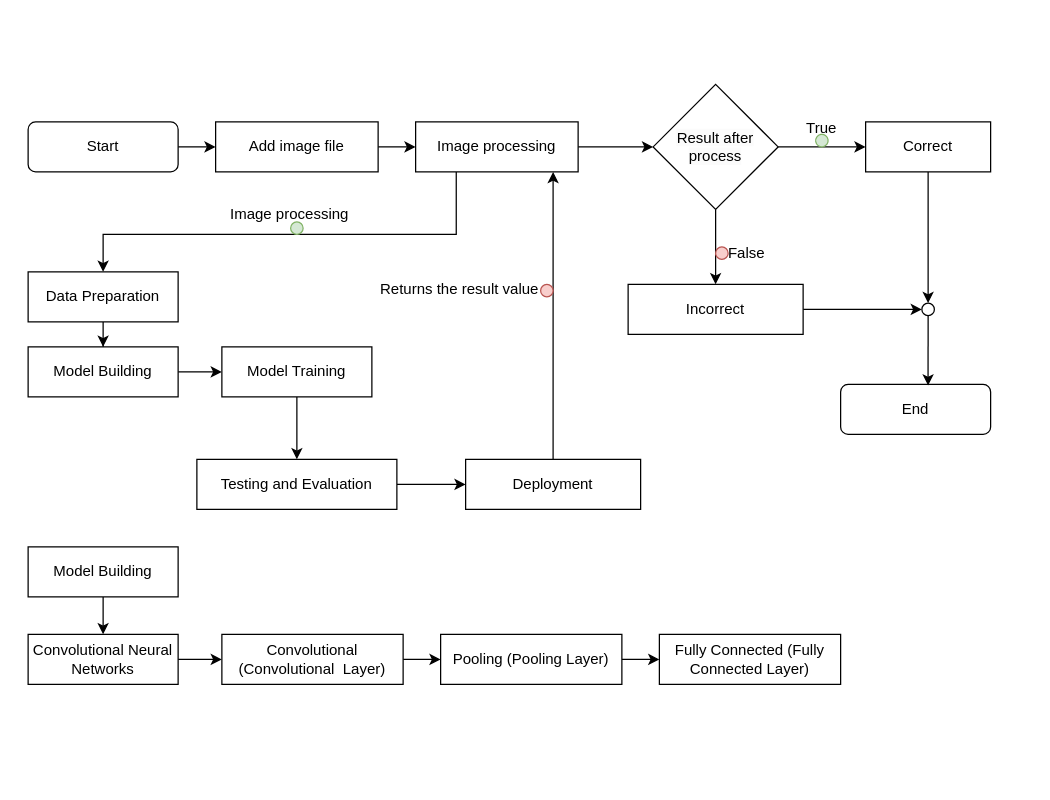
Earlier version of the draw.io diagram NSC_Model.drawio (Nuttph/KUSRC.NSC-2024). Source tidied: cells renumbered, new cells numbered last; positions are measured from the earlier drawing's top-left corner, leaving out a move shared by most shapes. Both pictures are drawn from the tidied source at 125%, with x=0, y=0 at pixel (28, 84).
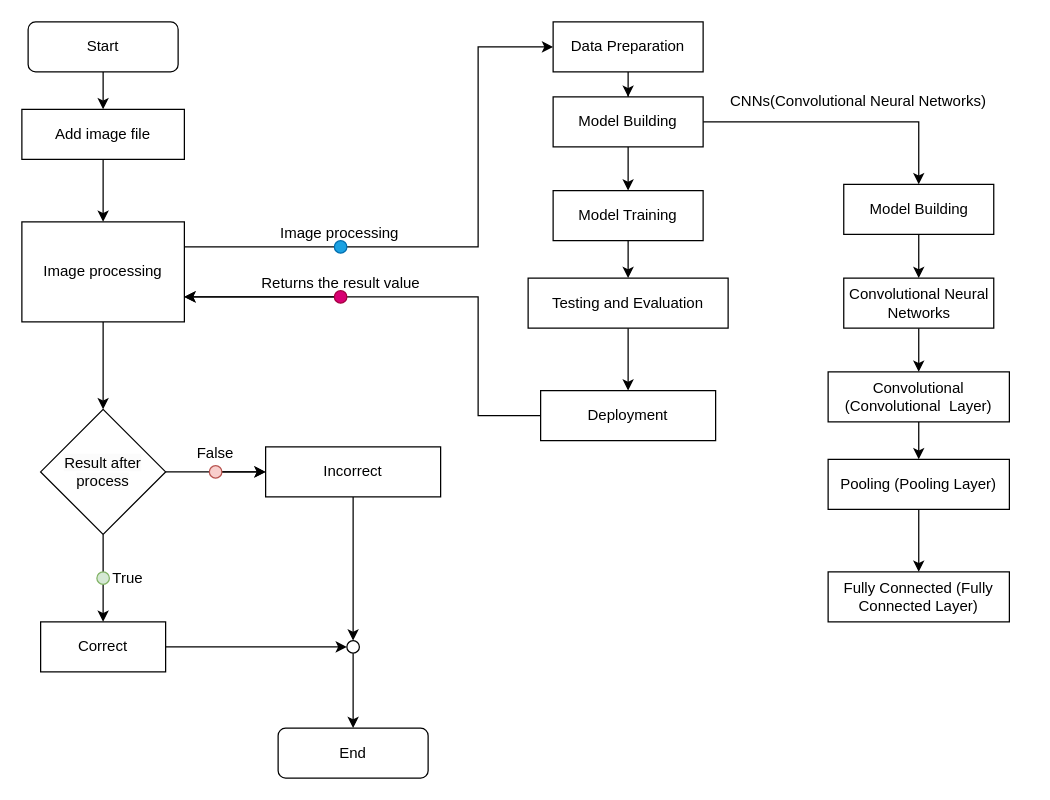
After the change.

Diff of the diagram source:
```diff
@@
     <mxCell id="3" value="Start" style="rounded=1;whiteSpace=wrap;html=1;fontSize=12;glass=0;strokeWidth=1;shadow=0;" parent="1" vertex="1">
-      <mxGeometry y="30" width="120" height="40" as="geometry" />
+      <mxGeometry y="-50" width="120" height="40" as="geometry" />
     </mxCell>
-    <mxCell id="4" style="edgeStyle=orthogonalEdgeStyle;rounded=0;jettySize=auto;html=1;entryX=0;entryY=0.5;entryDx=0;entryDy=0;" parent="1" edge="1" source="5" target="8">
+    <mxCell id="4" style="edgeStyle=orthogonalEdgeStyle;rounded=0;jettySize=auto;html=1;entryX=0.5;entryY=0;entryDx=0;entryDy=0;" parent="1" edge="1" source="5" target="8">
       <mxGeometry relative="1" as="geometry" />
     </mxCell>
     <mxCell id="5" value="Add image file" style="rounded=0;whiteSpace=wrap;html=1;" parent="1" vertex="1">
-      <mxGeometry x="150" y="30" width="130" height="40" as="geometry" />
+      <mxGeometry x="-5" y="20" width="130" height="40" as="geometry" />
     </mxCell>
-    <mxCell id="6" style="edgeStyle=orthogonalEdgeStyle;rounded=0;jettySize=auto;html=1;entryX=0;entryY=0.5;entryDx=0;entryDy=0;" parent="1" edge="1" source="8" target="17">
+    <mxCell id="6" style="edgeStyle=orthogonalEdgeStyle;rounded=0;jettySize=auto;html=1;entryX=0.5;entryY=0;entryDx=0;entryDy=0;" parent="1" edge="1" source="8" target="17">
       <mxGeometry relative="1" as="geometry" />
     </mxCell>
-    <mxCell id="7" style="edgeStyle=orthogonalEdgeStyle;rounded=0;jettySize=auto;html=1;entryX=0.5;entryY=0;entryDx=0;entryDy=0;exitX=0.25;exitY=1;exitDx=0;exitDy=0;" parent="1" edge="1" source="8" target="19">
+    <mxCell id="7" style="edgeStyle=orthogonalEdgeStyle;rounded=0;jettySize=auto;html=1;entryX=0;entryY=0.5;entryDx=0;entryDy=0;" parent="1" edge="1" source="8" target="19">
       <mxGeometry relative="1" as="geometry">
         <Array as="points">
-          <mxPoint x="342" y="120" />
-          <mxPoint x="60" y="120" />
+          <mxPoint x="360" y="130" />
+          <mxPoint x="360" y="-30" />
         </Array>
       </mxGeometry>
     </mxCell>
     <mxCell id="8" value="Image processing" style="rounded=0;whiteSpace=wrap;html=1;" parent="1" vertex="1">
-      <mxGeometry x="310" y="30" width="130" height="40" as="geometry" />
+      <mxGeometry x="-5" y="110" width="130" height="80" as="geometry" />
     </mxCell>
-    <mxCell id="9" style="edgeStyle=orthogonalEdgeStyle;rounded=0;jettySize=auto;html=1;entryX=0.5;entryY=0;entryDx=0;entryDy=0;exitX=0.5;exitY=1;exitDx=0;exitDy=0;" parent="1" edge="1" source="17" target="12">
-      <mxGeometry relative="1" as="geometry" />
-    </mxCell>
-    <mxCell id="10" style="edgeStyle=orthogonalEdgeStyle;rounded=0;jettySize=auto;html=1;entryX=0;entryY=0.5;entryDx=0;entryDy=0;exitX=1;exitY=0.5;exitDx=0;exitDy=0;" parent="1" edge="1" source="17" target="14">
-      <mxGeometry relative="1" as="geometry" />
-    </mxCell>
-    <mxCell id="11" style="edgeStyle=orthogonalEdgeStyle;rounded=0;jettySize=auto;html=1;entryX=0;entryY=0.5;entryDx=0;entryDy=0;" parent="1" edge="1" source="12" target="43">
+    <mxCell id="11" style="edgeStyle=orthogonalEdgeStyle;rounded=0;jettySize=auto;html=1;entryX=0.5;entryY=0;entryDx=0;entryDy=0;" parent="1" edge="1" source="12" target="43">
       <mxGeometry relative="1" as="geometry" />
     </mxCell>
     <mxCell id="12" value="Incorrect" style="rounded=0;whiteSpace=wrap;html=1;" parent="1" vertex="1">
-      <mxGeometry x="480" y="160" width="140" height="40" as="geometry" />
+      <mxGeometry x="190" y="290" width="140" height="40" as="geometry" />
     </mxCell>
-    <mxCell id="13" style="edgeStyle=orthogonalEdgeStyle;rounded=0;jettySize=auto;html=1;entryX=0.5;entryY=0;entryDx=0;entryDy=0;" parent="1" edge="1" source="14" target="43">
+    <mxCell id="13" style="edgeStyle=orthogonalEdgeStyle;rounded=0;jettySize=auto;html=1;entryX=0;entryY=0.5;entryDx=0;entryDy=0;" parent="1" edge="1" source="14" target="43">
       <mxGeometry relative="1" as="geometry" />
     </mxCell>
     <mxCell id="14" value="Correct" style="rounded=0;whiteSpace=wrap;html=1;" parent="1" vertex="1">
-      <mxGeometry x="670" y="30" width="100" height="40" as="geometry" />
+      <mxGeometry x="10" y="430" width="100" height="40" as="geometry" />
     </mxCell>
     <mxCell id="15" value="True" style="text;html=1;align=center;verticalAlign=middle;whiteSpace=wrap;rounded=0;" parent="1" vertex="1">
-      <mxGeometry x="605" y="20" width="60" height="30" as="geometry" />
+      <mxGeometry x="50" y="380" width="60" height="30" as="geometry" />
     </mxCell>
     <mxCell id="16" value="False" style="text;html=1;align=center;verticalAlign=middle;whiteSpace=wrap;rounded=0;" parent="1" vertex="1">
-      <mxGeometry x="545" y="120" width="60" height="30" as="geometry" />
+      <mxGeometry x="120" y="280" width="60" height="30" as="geometry" />
     </mxCell>
+    <mxCell id="46" style="edgeStyle=orthogonalEdgeStyle;rounded=0;jettySize=auto;html=1;entryX=0;entryY=0.5;entryDx=0;entryDy=0;" parent="1" edge="1" source="32" target="12">
+      <mxGeometry relative="1" as="geometry" />
+    </mxCell>
+    <mxCell id="10" style="edgeStyle=orthogonalEdgeStyle;rounded=0;jettySize=auto;html=1;entryX=0.5;entryY=0;entryDx=0;entryDy=0;" parent="1" edge="1" source="17" target="14">
+      <mxGeometry relative="1" as="geometry" />
+    </mxCell>
     <mxCell id="17" value="&lt;div&gt;&lt;br&gt;&lt;/div&gt;&lt;span style=&quot;color: rgb(0, 0, 0); font-family: Helvetica; font-size: 12px; font-style: normal; font-variant-ligatures: normal; font-variant-caps: normal; font-weight: 400; letter-spacing: normal; orphans: 2; text-align: center; text-indent: 0px; text-transform: none; widows: 2; word-spacing: 0px; -webkit-text-stroke-width: 0px; white-space: normal; background-color: rgb(251, 251, 251); text-decoration-thickness: initial; text-decoration-style: initial; text-decoration-color: initial; display: inline !important; float: none;&quot;&gt;Result after process&lt;/span&gt;&lt;div&gt;&lt;br&gt;&lt;/div&gt;" style="rhombus;whiteSpace=wrap;html=1;" parent="1" vertex="1">
-      <mxGeometry x="500" width="100" height="100" as="geometry" />
+      <mxGeometry x="10" y="260" width="100" height="100" as="geometry" />
     </mxCell>
@@
     <mxCell id="19" value="Data Preparation" style="rounded=0;whiteSpace=wrap;html=1;" parent="1" vertex="1">
-      <mxGeometry y="150" width="120" height="40" as="geometry" />
+      <mxGeometry x="420" y="-50" width="120" height="40" as="geometry" />
     </mxCell>
-    <mxCell id="20" style="edgeStyle=orthogonalEdgeStyle;rounded=0;jettySize=auto;html=1;entryX=0;entryY=0.5;entryDx=0;entryDy=0;" parent="1" edge="1" source="21" target="23">
+    <mxCell id="20" style="edgeStyle=orthogonalEdgeStyle;rounded=0;jettySize=auto;html=1;entryX=0.5;entryY=0;entryDx=0;entryDy=0;" parent="1" edge="1" source="21" target="23">
       <mxGeometry relative="1" as="geometry" />
     </mxCell>
+    <mxCell id="47" style="edgeStyle=orthogonalEdgeStyle;rounded=0;jettySize=auto;html=1;entryX=0.5;entryY=0;entryDx=0;entryDy=0;" parent="1" edge="1" source="21" target="34">
+      <mxGeometry relative="1" as="geometry">
+        <Array as="points">
+          <mxPoint x="713" y="30" />
+        </Array>
+      </mxGeometry>
+    </mxCell>
     <mxCell id="21" value="Model Building" style="rounded=0;whiteSpace=wrap;html=1;" parent="1" vertex="1">
-      <mxGeometry y="210" width="120" height="40" as="geometry" />
+      <mxGeometry x="420" y="10" width="120" height="40" as="geometry" />
     </mxCell>
@@
     <mxCell id="23" value="Model Training" style="rounded=0;whiteSpace=wrap;html=1;" parent="1" vertex="1">
-      <mxGeometry x="155" y="210" width="120" height="40" as="geometry" />
+      <mxGeometry x="420" y="85" width="120" height="40" as="geometry" />
     </mxCell>
-    <mxCell id="24" style="edgeStyle=orthogonalEdgeStyle;rounded=0;jettySize=auto;html=1;entryX=0;entryY=0.5;entryDx=0;entryDy=0;" parent="1" edge="1" source="25" target="27">
+    <mxCell id="24" style="edgeStyle=orthogonalEdgeStyle;rounded=0;jettySize=auto;html=1;entryX=0.5;entryY=0;entryDx=0;entryDy=0;" parent="1" edge="1" source="25" target="27">
       <mxGeometry relative="1" as="geometry" />
     </mxCell>
     <mxCell id="25" value="Testing and Evaluation" style="rounded=0;whiteSpace=wrap;html=1;" parent="1" vertex="1">
-      <mxGeometry x="135" y="300" width="160" height="40" as="geometry" />
+      <mxGeometry x="400" y="155" width="160" height="40" as="geometry" />
     </mxCell>
-    <mxCell id="26" style="edgeStyle=orthogonalEdgeStyle;rounded=0;jettySize=auto;html=1;entryX=0.846;entryY=1;entryDx=0;entryDy=0;entryPerimeter=0;" parent="1" edge="1" source="27" target="8">
-      <mxGeometry relative="1" as="geometry" />
-    </mxCell>
+    <mxCell id="48" style="edgeStyle=orthogonalEdgeStyle;rounded=0;jettySize=auto;html=1;entryX=1;entryY=0.75;entryDx=0;entryDy=0;" parent="1" edge="1" source="51" target="8">
+      <mxGeometry relative="1" as="geometry" />
+    </mxCell>
     <mxCell id="27" value="Deployment" style="rounded=0;whiteSpace=wrap;html=1;" parent="1" vertex="1">
-      <mxGeometry x="350" y="300" width="140" height="40" as="geometry" />
+      <mxGeometry x="410" y="245" width="140" height="40" as="geometry" />
     </mxCell>
     <mxCell id="28" value="&lt;div style=&quot;text-align: center;&quot;&gt;Returns the result value&lt;/div&gt;" style="text;whiteSpace=wrap;html=1;" parent="1" vertex="1">
-      <mxGeometry x="280" y="150" width="140" height="30" as="geometry" />
+      <mxGeometry x="185" y="145" width="130" height="30" as="geometry" />
     </mxCell>
-    <mxCell id="29" style="ellipse;whiteSpace=wrap;html=1;fillColor=#d5e8d4;strokeColor=#82b366;" parent="1" vertex="1">
-      <mxGeometry x="210" y="110" width="10" height="10" as="geometry" />
-    </mxCell>
-    <mxCell id="30" style="ellipse;whiteSpace=wrap;html=1;fillColor=#f8cecc;strokeColor=#b85450;" parent="1" vertex="1">
-      <mxGeometry x="410" y="160" width="10" height="10" as="geometry" />
-    </mxCell>
-    <mxCell id="31" style="ellipse;whiteSpace=wrap;html=1;fillColor=#d5e8d4;strokeColor=#82b366;rotation=-10;" parent="1" vertex="1">
-      <mxGeometry x="630" y="40" width="10" height="10" as="geometry" />
+    <mxCell id="31" style="ellipse;whiteSpace=wrap;html=1;fillColor=#d5e8d4;strokeColor=#82b366;rotation=0;" parent="1" vertex="1">
+      <mxGeometry x="55" y="390" width="10" height="10" as="geometry" />
     </mxCell>
-    <mxCell id="32" style="ellipse;whiteSpace=wrap;html=1;fillColor=#f8cecc;strokeColor=#b85450;" parent="1" vertex="1">
-      <mxGeometry x="550" y="130" width="10" height="10" as="geometry" />
-    </mxCell>
@@
     <mxCell id="34" value="Model Building" style="rounded=0;whiteSpace=wrap;html=1;" parent="1" vertex="1">
-      <mxGeometry y="370" width="120" height="40" as="geometry" />
+      <mxGeometry x="652.5" y="80" width="120" height="40" as="geometry" />
     </mxCell>
-    <mxCell id="35" style="edgeStyle=orthogonalEdgeStyle;rounded=0;jettySize=auto;html=1;entryX=0;entryY=0.5;entryDx=0;entryDy=0;" parent="1" edge="1" source="36" target="38">
+    <mxCell id="35" style="edgeStyle=orthogonalEdgeStyle;rounded=0;jettySize=auto;html=1;entryX=0.5;entryY=0;entryDx=0;entryDy=0;" parent="1" edge="1" source="36" target="38">
       <mxGeometry relative="1" as="geometry" />
     </mxCell>
     <mxCell id="36" value="Convolutional Neural Networks" style="rounded=0;whiteSpace=wrap;html=1;" parent="1" vertex="1">
-      <mxGeometry y="440" width="120" height="40" as="geometry" />
+      <mxGeometry x="652.5" y="155" width="120" height="40" as="geometry" />
     </mxCell>
-    <mxCell id="37" style="edgeStyle=orthogonalEdgeStyle;rounded=0;jettySize=auto;html=1;entryX=0;entryY=0.5;entryDx=0;entryDy=0;" parent="1" edge="1" source="38" target="40">
+    <mxCell id="37" style="edgeStyle=orthogonalEdgeStyle;rounded=0;jettySize=auto;html=1;entryX=0.5;entryY=0;entryDx=0;entryDy=0;" parent="1" edge="1" source="38" target="40">
       <mxGeometry relative="1" as="geometry" />
     </mxCell>
     <mxCell id="38" value="Convolutional (Convolutional&amp;nbsp; Layer)" style="rounded=0;whiteSpace=wrap;html=1;" parent="1" vertex="1">
-      <mxGeometry x="155" y="440" width="145" height="40" as="geometry" />
+      <mxGeometry x="640" y="230" width="145" height="40" as="geometry" />
     </mxCell>
-    <mxCell id="39" style="edgeStyle=orthogonalEdgeStyle;rounded=0;jettySize=auto;html=1;entryX=0;entryY=0.5;entryDx=0;entryDy=0;" parent="1" edge="1" source="40" target="41">
+    <mxCell id="39" style="edgeStyle=orthogonalEdgeStyle;rounded=0;jettySize=auto;html=1;entryX=0.5;entryY=0;entryDx=0;entryDy=0;" parent="1" edge="1" source="40" target="41">
       <mxGeometry relative="1" as="geometry" />
     </mxCell>
     <mxCell id="40" value="Pooling (Pooling Layer)" style="rounded=0;whiteSpace=wrap;html=1;" parent="1" vertex="1">
-      <mxGeometry x="330" y="440" width="145" height="40" as="geometry" />
+      <mxGeometry x="640" y="300" width="145" height="40" as="geometry" />
     </mxCell>
     <mxCell id="41" value="Fully Connected (Fully Connected Layer)" style="rounded=0;whiteSpace=wrap;html=1;" parent="1" vertex="1">
-      <mxGeometry x="505" y="440" width="145" height="40" as="geometry" />
+      <mxGeometry x="640" y="390" width="145" height="40" as="geometry" />
     </mxCell>
     <mxCell id="42" value="End" style="rounded=1;whiteSpace=wrap;html=1;fontSize=12;glass=0;strokeWidth=1;shadow=0;" parent="1" vertex="1">
-      <mxGeometry x="650" y="240" width="120" height="40" as="geometry" />
+      <mxGeometry x="200" y="515" width="120" height="40" as="geometry" />
     </mxCell>
+    <mxCell id="44" style="edgeStyle=orthogonalEdgeStyle;rounded=0;jettySize=auto;html=1;entryX=0.5;entryY=0;entryDx=0;entryDy=0;" parent="1" edge="1" source="43" target="42">
+      <mxGeometry relative="1" as="geometry" />
+    </mxCell>
     <mxCell id="43" style="ellipse;whiteSpace=wrap;html=1;" parent="1" vertex="1">
-      <mxGeometry x="715" y="175" width="10" height="10" as="geometry" />
+      <mxGeometry x="255" y="445" width="10" height="10" as="geometry" />
     </mxCell>
-    <mxCell id="44" style="edgeStyle=orthogonalEdgeStyle;rounded=0;jettySize=auto;html=1;entryX=0.583;entryY=0.021;entryDx=0;entryDy=0;entryPerimeter=0;" parent="1" edge="1" source="43" target="42">
-      <mxGeometry relative="1" as="geometry" />
-    </mxCell>
     <mxCell id="45" value="&lt;div style=&quot;text-align: center;&quot;&gt;Image processing&lt;/div&gt;" style="text;whiteSpace=wrap;html=1;" parent="1" vertex="1">
-      <mxGeometry x="160" y="90" width="140" height="30" as="geometry" />
+      <mxGeometry x="200" y="105" width="100" height="30" as="geometry" />
     </mxCell>
+    <mxCell id="49" style="edgeStyle=orthogonalEdgeStyle;rounded=0;jettySize=auto;html=1;" parent="1" edge="1" source="17">
+      <mxGeometry relative="1" as="geometry">
+        <mxPoint x="190" y="310" as="targetPoint" />
+      </mxGeometry>
+    </mxCell>
+    <mxCell id="32" style="ellipse;whiteSpace=wrap;html=1;fillColor=#f8cecc;strokeColor=#b85450;" parent="1" vertex="1">
+      <mxGeometry x="145" y="305" width="10" height="10" as="geometry" />
+    </mxCell>
+    <mxCell id="50" style="ellipse;whiteSpace=wrap;html=1;fillColor=#1ba1e2;strokeColor=#006EAF;fontColor=#ffffff;" parent="1" vertex="1">
+      <mxGeometry x="245" y="125" width="10" height="10" as="geometry" />
+    </mxCell>
+    <mxCell id="26" style="edgeStyle=orthogonalEdgeStyle;rounded=0;jettySize=auto;html=1;entryX=1;entryY=0.75;entryDx=0;entryDy=0;" parent="1" edge="1" source="27" target="8">
+      <mxGeometry relative="1" as="geometry">
+        <Array as="points">
+          <mxPoint x="360" y="265" />
+          <mxPoint x="360" y="170" />
+        </Array>
+      </mxGeometry>
+    </mxCell>
+    <mxCell id="51" style="ellipse;whiteSpace=wrap;html=1;fillColor=#d80073;strokeColor=#A50040;fontColor=#ffffff;" parent="1" vertex="1">
+      <mxGeometry x="245" y="165" width="10" height="10" as="geometry" />
+    </mxCell>
+    <mxCell id="52" value="&lt;div style=&quot;text-align: start;&quot;&gt;&lt;br&gt;&lt;/div&gt;" style="text;whiteSpace=wrap;html=1;" parent="1" vertex="1">
+      <mxGeometry x="540" y="10" width="100" height="30" as="geometry" />
+    </mxCell>
+    <mxCell id="53" value="&lt;div style=&quot;text-align: center;&quot;&gt;CNNs(Convolutional Neural Networks)&lt;/div&gt;" style="text;whiteSpace=wrap;html=1;" parent="1" vertex="1">
+      <mxGeometry x="560" width="240" height="30" as="geometry" />
+    </mxCell>
```
